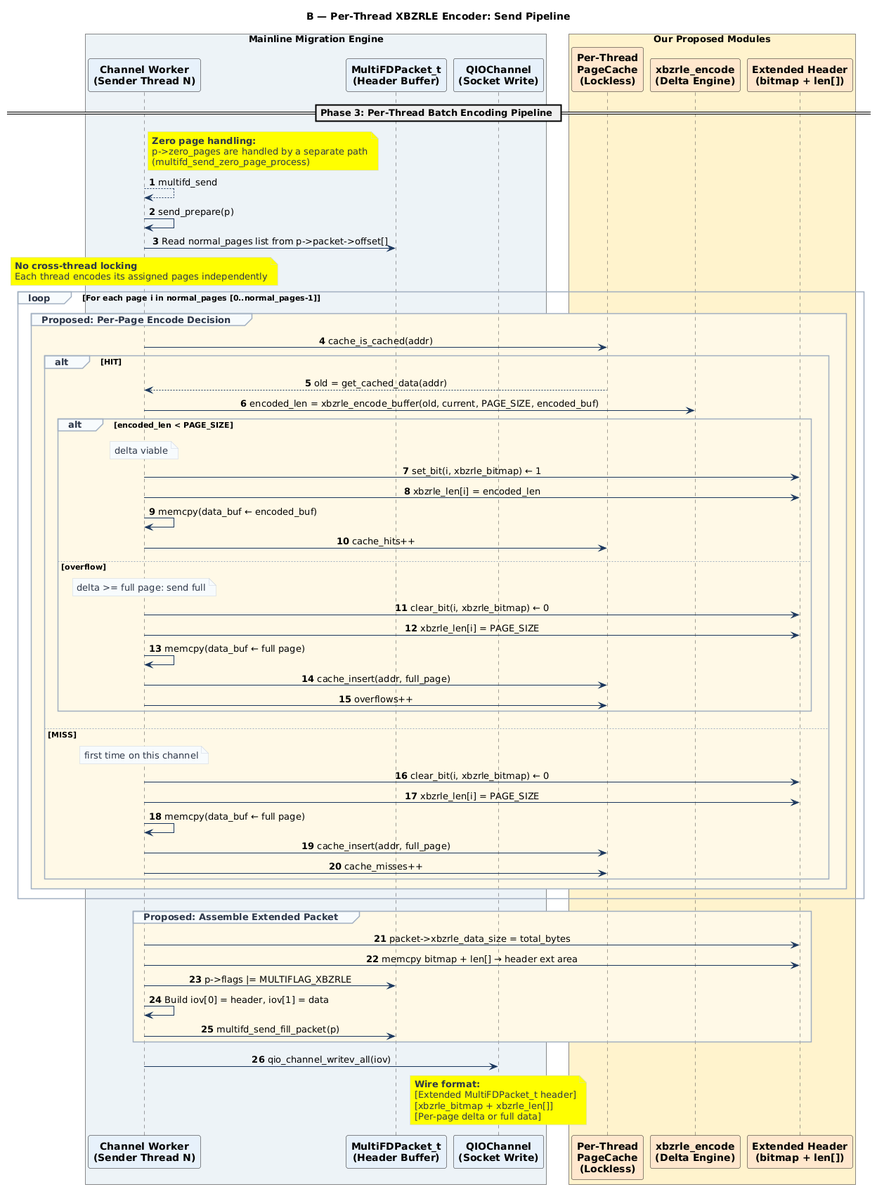
The PlantUML diagram design/plantuml/imgs/02_encoder_detail.png in trieu1162000/qemu-migration, before a commit.
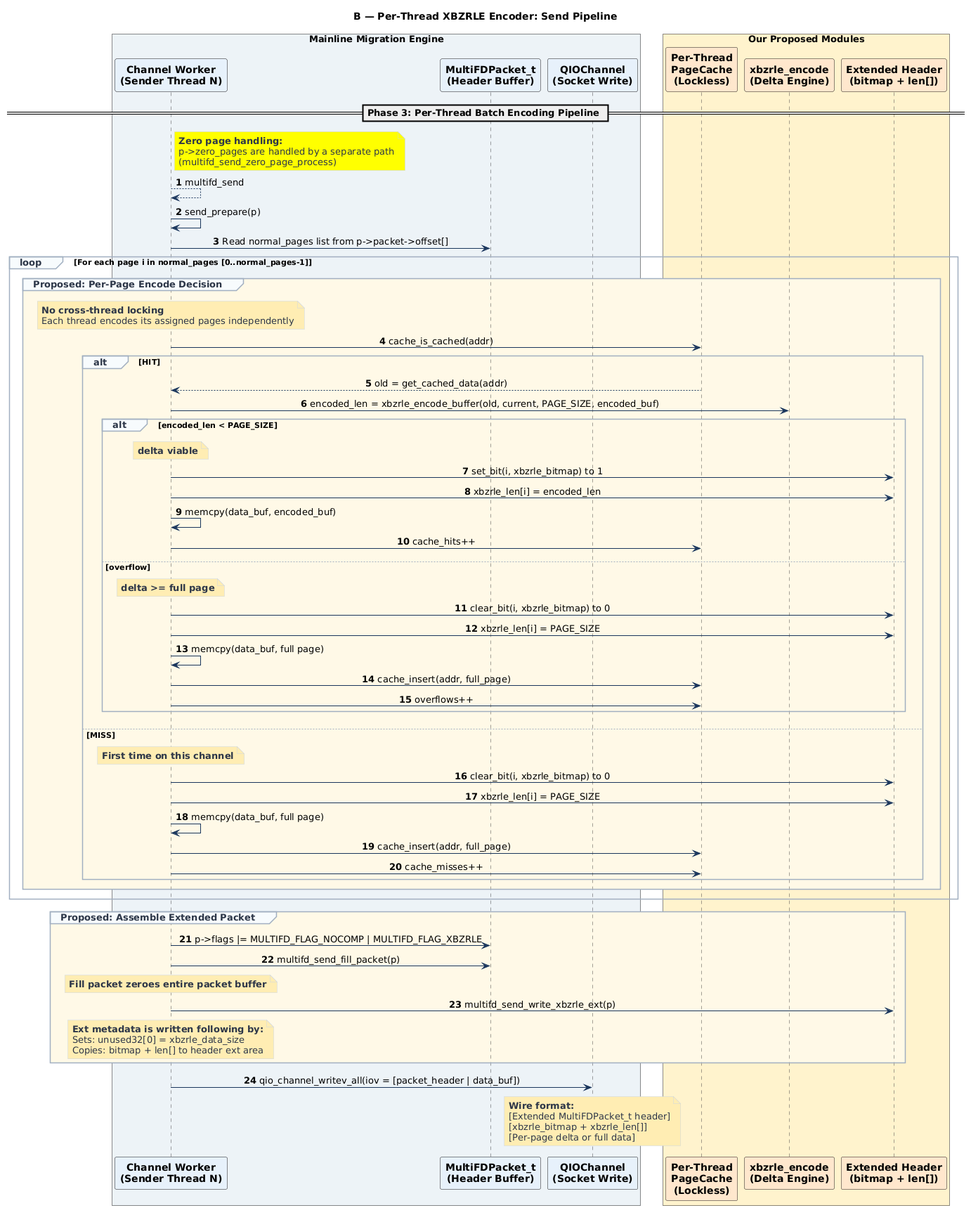
After the commit.

Commit message:
clean up the diagram 2 (fix typo, correctness only)

Change to the diagram source:
```diff
@@ -48,36 +48,41 @@
 
 Sender -> Packet : Read normal_pages list from p->packet->offset[]
 
-note over Sender #Yellow
-    **No cross-thread locking**
-    Each thread encodes its assigned pages independently
-end note
-
 loop For each page i in normal_pages [0..normal_pages-1]
     group #FFF9E6 Proposed: Per-Page Encode Decision
+        note over Sender #FFECB3
+            **No cross-thread locking**
+            Each thread encodes its assigned pages independently
+        end note
         Sender -> Cache : cache_is_cached(addr)
         alt HIT
             Cache --> Sender : old = get_cached_data(addr)
             Sender -> Encode : encoded_len = xbzrle_encode_buffer(old, current, PAGE_SIZE, encoded_buf)
             alt encoded_len < PAGE_SIZE
-                note over Sender: delta viable
-                Sender -> Meta : set_bit(i, xbzrle_bitmap) ← 1
+                note over Sender #FFECB3
+                    **delta viable**
+                end note
+                Sender -> Meta : set_bit(i, xbzrle_bitmap) to 1
                 Sender -> Meta : xbzrle_len[i] = encoded_len
-                Sender -> Sender : memcpy(data_buf ← encoded_buf)
+                Sender -> Sender : memcpy(data_buf, encoded_buf)
                 Sender -> Cache : cache_hits++
             else overflow
-                note over Sender: delta >= full page: send full
-                Sender -> Meta : clear_bit(i, xbzrle_bitmap) ← 0
+                note over Sender #FFECB3
+                    **delta >= full page**
+                end note
+                Sender -> Meta : clear_bit(i, xbzrle_bitmap) to 0
                 Sender -> Meta : xbzrle_len[i] = PAGE_SIZE
-                Sender -> Sender : memcpy(data_buf ← full page)
+                Sender -> Sender : memcpy(data_buf, full page)
                 Sender -> Cache : cache_insert(addr, full_page)
                 Sender -> Cache : overflows++
             end
         else MISS
-            note over Sender: first time on this channel
-            Sender -> Meta : clear_bit(i, xbzrle_bitmap) ← 0
+            note over Sender #FFECB3
+                **First time on this channel**
+            end note
+            Sender -> Meta : clear_bit(i, xbzrle_bitmap) to 0
             Sender -> Meta : xbzrle_len[i] = PAGE_SIZE
-            Sender -> Sender : memcpy(data_buf ← full page)
+            Sender -> Sender : memcpy(data_buf, full page)
             Sender -> Cache : cache_insert(addr, full_page)
             Sender -> Cache : cache_misses++
         end
@@ -85,16 +90,23 @@
 end
 
 group #FFF9E6 Proposed: Assemble Extended Packet
-    Sender -> Meta : packet->xbzrle_data_size = total_bytes
-    Sender -> Meta : memcpy bitmap + len[] → header ext area
-    Sender -> Packet : p->flags |= MULTIFLAG_XBZRLE
-    Sender -> Sender : Build iov[0] = header, iov[1] = data
+    Sender -> Packet : p->flags |= MULTIFD_FLAG_NOCOMP | MULTIFD_FLAG_XBZRLE
     Sender -> Packet : multifd_send_fill_packet(p)
+    note over Sender #FFECB3
+        **Fill packet zeroes entire packet buffer**
+    end note
+
+    Sender -> Meta : multifd_send_write_xbzrle_ext(p)
+    note over Sender #FFECB3
+        **Ext metadata is written following by:**
+        Sets: unused32[0] = xbzrle_data_size
+        Copies: bitmap + len[] to header ext area
+    end note
 end
 
-Sender -> IO : qio_channel_writev_all(iov)
+Sender -> IO : qio_channel_writev_all(iov = [packet_header | data_buf])
 
-note over IO #Yellow
+note over IO #FFECB3
     **Wire format:**
     [Extended MultiFDPacket_t header]
     [xbzrle_bitmap + xbzrle_len[]]
```
